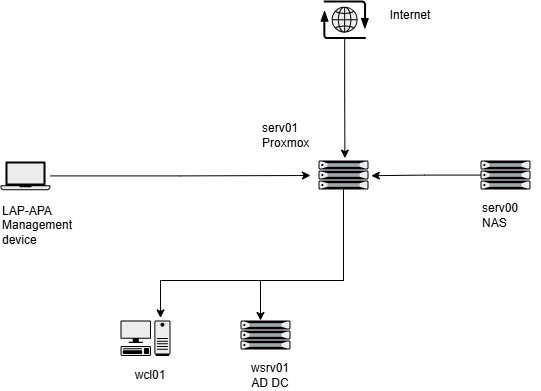
The draw.io diagram assets/diagrams/schéma.png in kota-shen/kota-shen, before a commit. Source tidied: cells renumbered, new cells last; positions are measured from the earlier drawing's top-left corner, leaving out a move shared by most shapes.
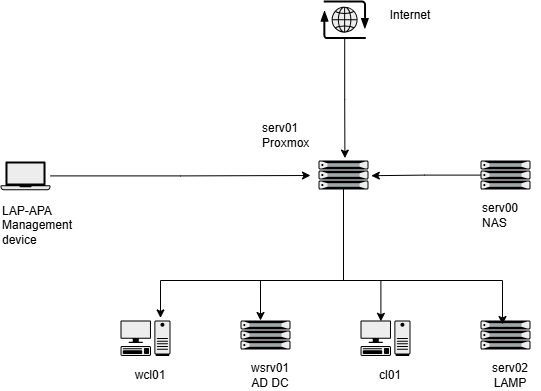
The same file after the commit.

Change to the diagram source:
```diff
@@ -65,5 +65,33 @@
         </Array>
       </mxGeometry>
     </mxCell>
+    <mxCell id="19" style="shape=mxgraph.networks2.icon;fillColor=#EDEDED;strokeColor=#000000;gradientColor=#5B6163;network2IconShadow=1;network2bgFillColor=none;labelPosition=center;verticalLabelPosition=bottom;align=center;verticalAlign=top;network2Icon=mxgraph.networks2.pc;network2IconYOffset=-0.0593;network2IconW=0.9999;network2IconH=0.7096;" parent="1" vertex="1">
+      <mxGeometry x="360" y="320" width="50" height="35.5" as="geometry" />
+    </mxCell>
+    <mxCell id="20" value="cl01" style="text;html=1;whiteSpace=wrap;strokeColor=none;fillColor=none;align=center;verticalAlign=middle;rounded=0;" parent="1" vertex="1">
+      <mxGeometry x="360" y="360" width="60" height="30" as="geometry" />
+    </mxCell>
+    <mxCell id="21" style="edgeStyle=orthogonalEdgeStyle;rounded=0;jettySize=auto;html=1;entryX=0.408;entryY=0.023;entryDx=0;entryDy=0;entryPerimeter=0;" parent="1" edge="1" source="3" target="19">
+      <mxGeometry relative="1" as="geometry">
+        <Array as="points">
+          <mxPoint x="343" y="280" />
+          <mxPoint x="380" y="280" />
+        </Array>
+      </mxGeometry>
+    </mxCell>
+    <mxCell id="22" style="fillColorStyles=neutralFill;neutralFill=#9DA6A8;shape=mxgraph.networks2.icon;fillColor=#EDEDED;strokeColor=#000000;gradientColor=#5B6163;network2IconShadow=1;network2bgFillColor=none;labelPosition=center;verticalLabelPosition=bottom;align=center;verticalAlign=top;network2Icon=mxgraph.networks2.server;network2IconW=1.0001;network2IconH=0.5812;" parent="1" vertex="1">
+      <mxGeometry x="480" y="320" width="50" height="29.1" as="geometry" />
+    </mxCell>
+    <mxCell id="23" value="serv02&lt;div&gt;LAMP&lt;/div&gt;" style="text;html=1;whiteSpace=wrap;strokeColor=none;fillColor=none;align=center;verticalAlign=middle;rounded=0;" parent="1" vertex="1">
+      <mxGeometry x="480" y="360" width="60" height="30" as="geometry" />
+    </mxCell>
+    <mxCell id="24" style="edgeStyle=orthogonalEdgeStyle;rounded=0;jettySize=auto;html=1;entryX=0.44;entryY=0.138;entryDx=0;entryDy=0;entryPerimeter=0;" parent="1" edge="1" source="3" target="22">
+      <mxGeometry relative="1" as="geometry">
+        <Array as="points">
+          <mxPoint x="343" y="280" />
+          <mxPoint x="502" y="280" />
+        </Array>
+      </mxGeometry>
+    </mxCell>
   </root>
 </mxGraphModel>
```
